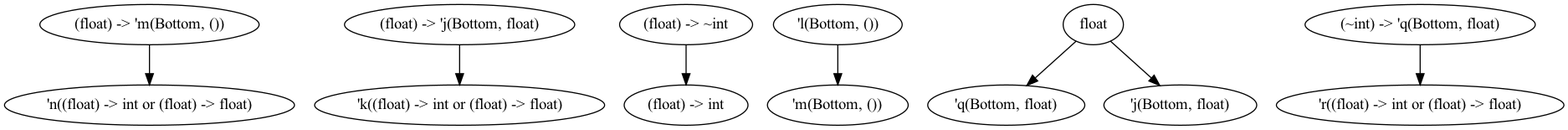
Above: dots/4.dot.png in chocobo333/regino (Graphviz), before the change. Its source is kept beside it as dots/4.dot.
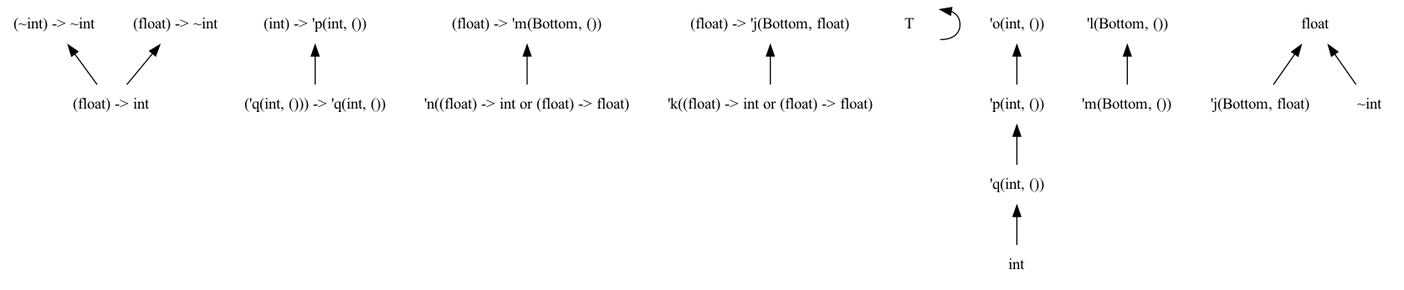
The same diagram one commit later.

Change to the diagram source:
```diff
@@ -1,26 +1,42 @@
 digraph order {
-  node [
+  graph [
+    size = "30,10"
     ];
   node [
+    shape = none
     ];
+  edge [
+    dir = back
+    ];
+  "(~int) -> ~int"
+  "(int) -> 'p(int, ())"
   "(float) -> 'm(Bottom, ())"
   "(float) -> 'j(Bottom, float)"
   "(float) -> ~int"
+  "T"
   "'k((float) -> int or (float) -> float)"
   "'n((float) -> int or (float) -> float)"
+  "'p(int, ())"
+  "'q(int, ())"
   "'m(Bottom, ())"
-  "'q(Bottom, float)"
   "'j(Bottom, float)"
+  "'o(int, ())"
   "'l(Bottom, ())"
-  "'r((float) -> int or (float) -> float)"
   "float"
+  "int"
+  "~int"
+  "('q(int, ())) -> 'q(int, ())"
   "(float) -> int"
-  "(~int) -> 'q(Bottom, float)"
   "(float) -> 'j(Bottom, float)" -> "'k((float) -> int or (float) -> float)"
   "(float) -> ~int" -> "(float) -> int"
-  "float" -> "'q(Bottom, float)"
+  "(~int) -> ~int" -> "(float) -> int"
+  "T" -> "T"
   "float" -> "'j(Bottom, float)"
+  "float" -> "~int"
+  "'o(int, ())" -> "'p(int, ())"
+  "'q(int, ())" -> "int"
+  "'p(int, ())" -> "'q(int, ())"
   "'l(Bottom, ())" -> "'m(Bottom, ())"
-  "(~int) -> 'q(Bottom, float)" -> "'r((float) -> int or (float) -> float)"
+  "(int) -> 'p(int, ())" -> "('q(int, ())) -> 'q(int, ())"
   "(float) -> 'm(Bottom, ())" -> "'n((float) -> int or (float) -> float)"
 }
```
